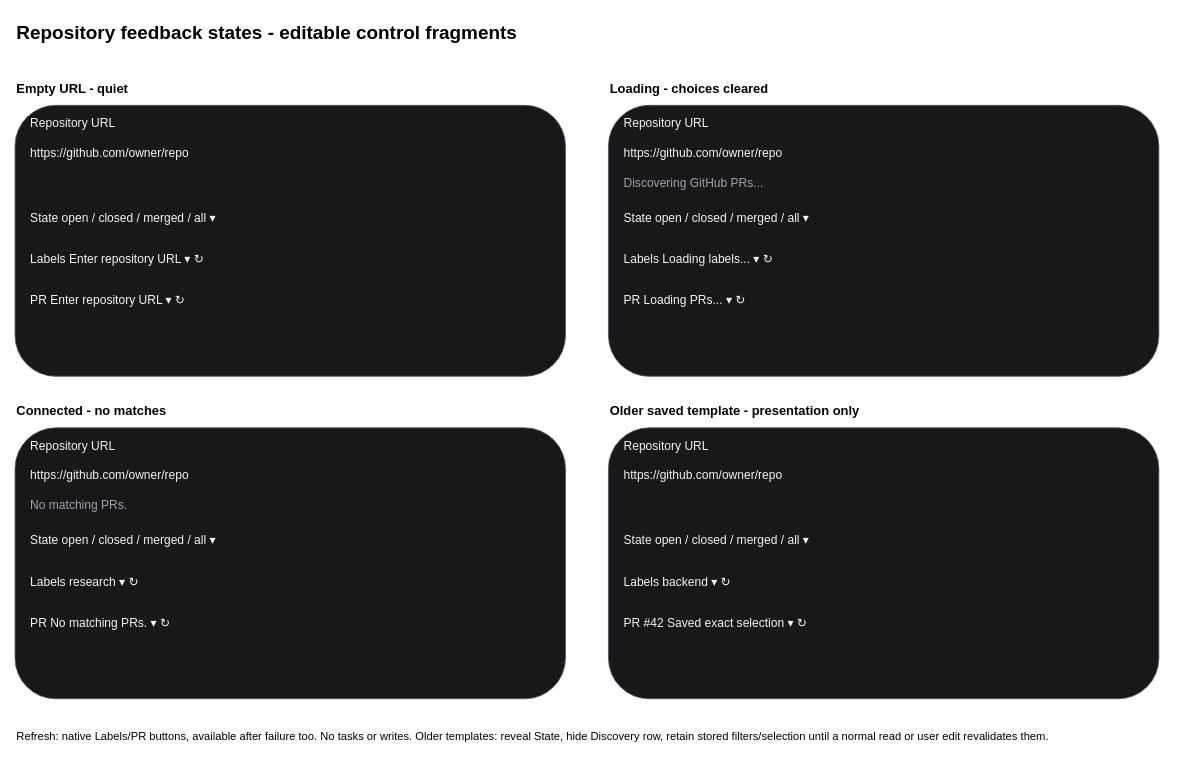
amadou-6e/specs keeps this draw.io diagram as page "PR feedback states" (3 of 3) of projects/laomedo/subsystems/issue-integration/design/github-pr-node.drawio. Above is the earlier version. Source tidied: cells renumbered, new cells numbered last; positions are measured from the earlier drawing's top-left corner, leaving out a move shared by most shapes. Both pictures are drawn from the tidied source at 86%, with x=0, y=0 at pixel (15, 15).
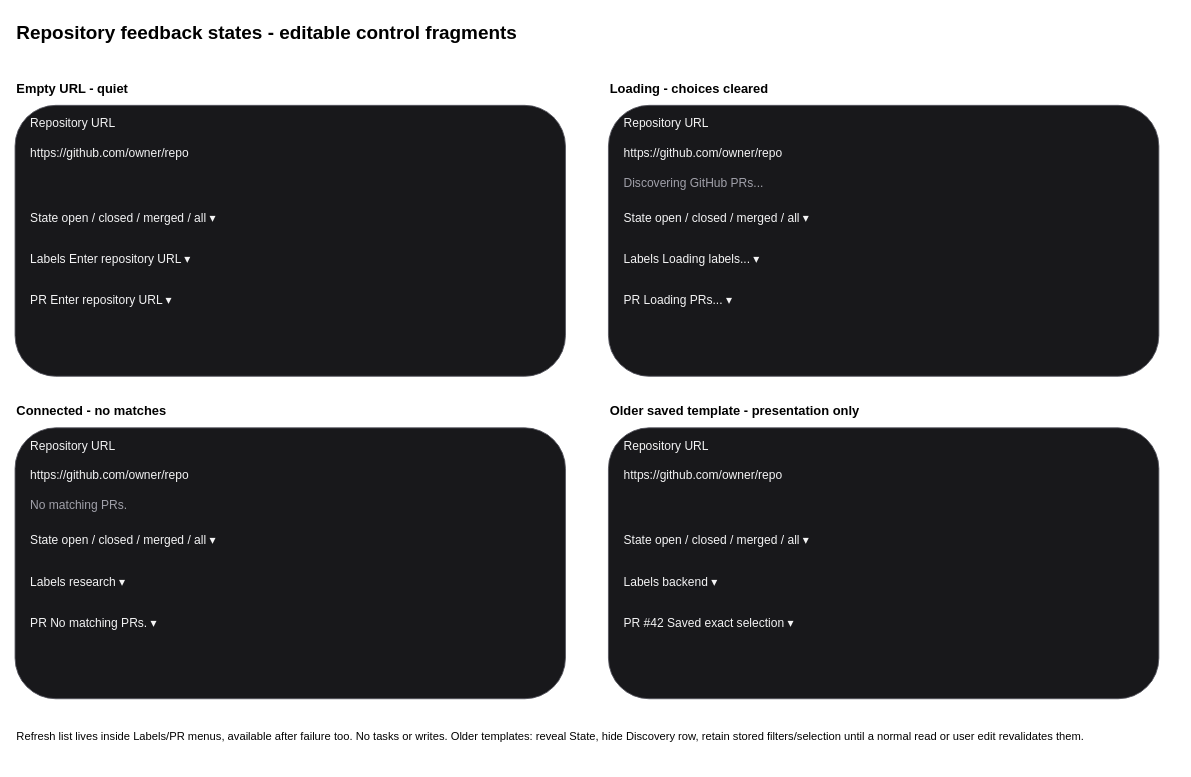
The same page after the edit.

Commit message (it also covers changes not shown here):
Align PR refresh design with native selector menus (#414)

Diff of the diagram source:
```diff
@@
-    <mxCell id="9" value="Labels    Enter repository URL   ▾   ↻" style="text;html=0;align=left;verticalAlign=middle;fontSize=14;fontColor=#f4f4f5;whiteSpace=wrap;" parent="1" vertex="1">
+    <mxCell id="9" value="Labels    Enter repository URL   ▾" style="text;html=0;align=left;verticalAlign=middle;fontSize=14;fontColor=#f4f4f5;whiteSpace=wrap;" parent="1" vertex="1">
       <mxGeometry x="16" y="268" width="610" height="32" as="geometry" />
     </mxCell>
-    <mxCell id="10" value="PR          Enter repository URL   ▾   ↻" style="text;html=0;align=left;verticalAlign=middle;fontSize=14;fontColor=#f4f4f5;whiteSpace=wrap;" parent="1" vertex="1">
+    <mxCell id="10" value="PR          Enter repository URL   ▾" style="text;html=0;align=left;verticalAlign=middle;fontSize=14;fontColor=#f4f4f5;whiteSpace=wrap;" parent="1" vertex="1">
       <mxGeometry x="16" y="316" width="610" height="32" as="geometry" />
     </mxCell>
@@
-    <mxCell id="17" value="Labels    Loading labels...   ▾   ↻" style="text;html=0;align=left;verticalAlign=middle;fontSize=14;fontColor=#f4f4f5;whiteSpace=wrap;" parent="1" vertex="1">
+    <mxCell id="17" value="Labels    Loading labels...   ▾" style="text;html=0;align=left;verticalAlign=middle;fontSize=14;fontColor=#f4f4f5;whiteSpace=wrap;" parent="1" vertex="1">
       <mxGeometry x="706" y="268" width="610" height="32" as="geometry" />
     </mxCell>
-    <mxCell id="18" value="PR          Loading PRs...   ▾   ↻" style="text;html=0;align=left;verticalAlign=middle;fontSize=14;fontColor=#f4f4f5;whiteSpace=wrap;" parent="1" vertex="1">
+    <mxCell id="18" value="PR          Loading PRs...   ▾" style="text;html=0;align=left;verticalAlign=middle;fontSize=14;fontColor=#f4f4f5;whiteSpace=wrap;" parent="1" vertex="1">
       <mxGeometry x="706" y="316" width="610" height="32" as="geometry" />
     </mxCell>
@@
-    <mxCell id="25" value="Labels    research   ▾   ↻" style="text;html=0;align=left;verticalAlign=middle;fontSize=14;fontColor=#f4f4f5;whiteSpace=wrap;" parent="1" vertex="1">
+    <mxCell id="25" value="Labels    research   ▾" style="text;html=0;align=left;verticalAlign=middle;fontSize=14;fontColor=#f4f4f5;whiteSpace=wrap;" parent="1" vertex="1">
       <mxGeometry x="16" y="643" width="610" height="32" as="geometry" />
     </mxCell>
-    <mxCell id="26" value="PR          No matching PRs.   ▾   ↻" style="text;html=0;align=left;verticalAlign=middle;fontSize=14;fontColor=#f4f4f5;whiteSpace=wrap;" parent="1" vertex="1">
+    <mxCell id="26" value="PR          No matching PRs.   ▾" style="text;html=0;align=left;verticalAlign=middle;fontSize=14;fontColor=#f4f4f5;whiteSpace=wrap;" parent="1" vertex="1">
       <mxGeometry x="16" y="691" width="610" height="32" as="geometry" />
     </mxCell>
@@
-    <mxCell id="33" value="Labels    backend   ▾   ↻" style="text;html=0;align=left;verticalAlign=middle;fontSize=14;fontColor=#f4f4f5;whiteSpace=wrap;" parent="1" vertex="1">
+    <mxCell id="33" value="Labels    backend   ▾" style="text;html=0;align=left;verticalAlign=middle;fontSize=14;fontColor=#f4f4f5;whiteSpace=wrap;" parent="1" vertex="1">
       <mxGeometry x="706" y="643" width="610" height="32" as="geometry" />
     </mxCell>
-    <mxCell id="34" value="PR          #42 Saved exact selection   ▾   ↻" style="text;html=0;align=left;verticalAlign=middle;fontSize=14;fontColor=#f4f4f5;whiteSpace=wrap;" parent="1" vertex="1">
+    <mxCell id="34" value="PR          #42 Saved exact selection   ▾" style="text;html=0;align=left;verticalAlign=middle;fontSize=14;fontColor=#f4f4f5;whiteSpace=wrap;" parent="1" vertex="1">
       <mxGeometry x="706" y="691" width="610" height="32" as="geometry" />
     </mxCell>
-    <mxCell id="35" value="Refresh: native Labels/PR buttons, available after failure too. No tasks or writes. Older templates: reveal State, hide Discovery row, retain stored filters/selection until a normal read or user edit revalidates them." style="text;html=0;align=left;fontSize=13;whiteSpace=wrap;" parent="1" vertex="1">
+    <mxCell id="35" value="Refresh list lives inside Labels/PR menus, available after failure too. No tasks or writes. Older templates: reveal State, hide Discovery row, retain stored filters/selection until a normal read or user edit revalidates them." style="text;html=0;align=left;fontSize=13;whiteSpace=wrap;" parent="1" vertex="1">
       <mxGeometry y="825" width="1350" height="45" as="geometry" />
     </mxCell>
```
